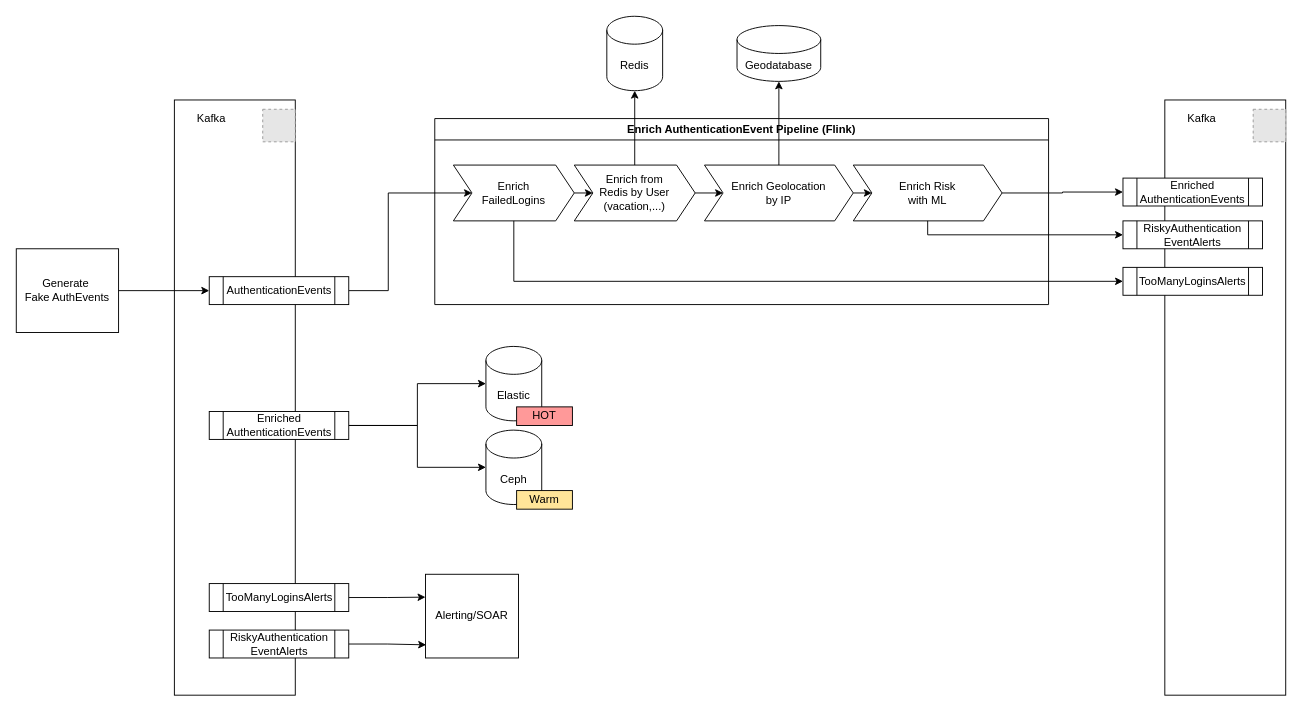
Before: EnrichAuthenticationEventPipline.drawio in denniskniep/AuthEventsAnalyse, a draw.io diagram. Source tidied: cells renumbered, new cells numbered last; positions are measured from the earlier drawing's top-left corner, leaving out a move shared by most shapes. Both pictures are drawn from the tidied source at 93%, with x=0, y=0 at pixel (16, 16). Pictures stored in the file or linked from it are replaced by grey dashed boxes.
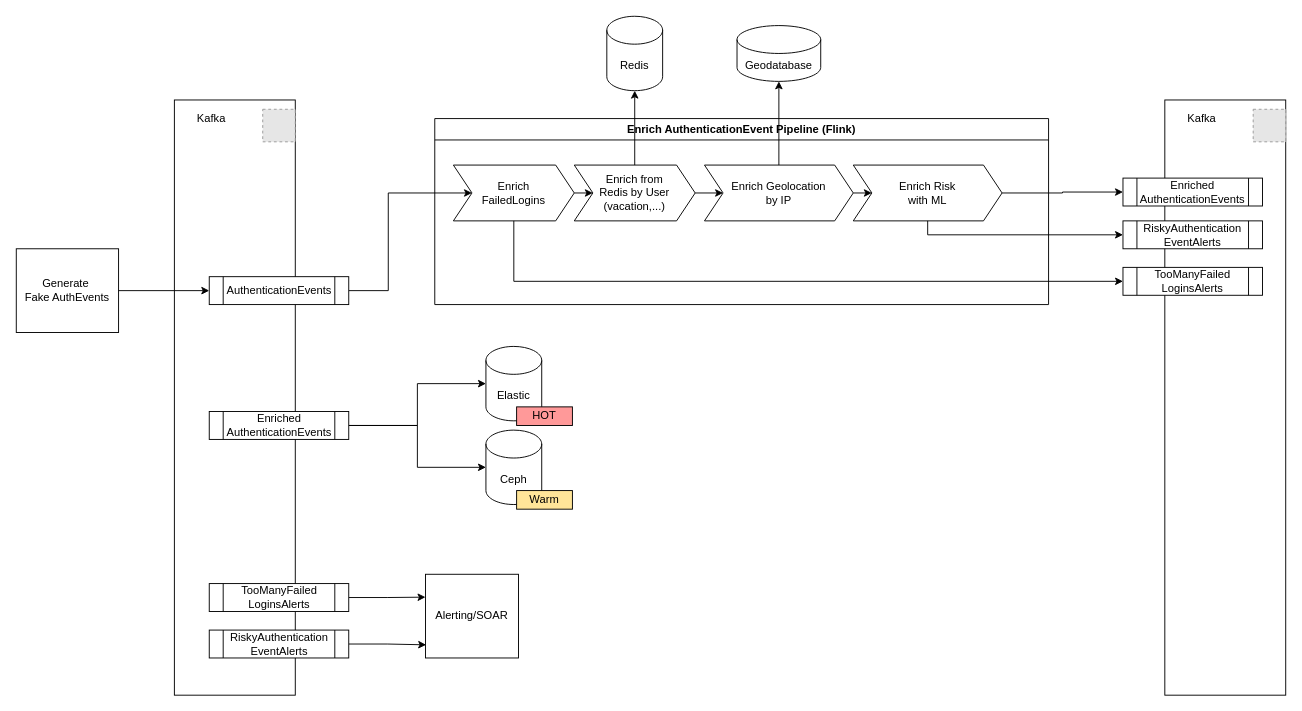
After the change.

Diff of the diagram source:
```diff
@@
-    <mxCell id="19" value="TooManyLoginsAlerts" style="shape=process;whiteSpace=wrap;html=1;backgroundOutline=1;" parent="1" vertex="1">
+    <mxCell id="19" value="TooManyFailed&lt;br&gt;LoginsAlerts" style="shape=process;whiteSpace=wrap;html=1;backgroundOutline=1;" parent="1" vertex="1">
       <mxGeometry x="1190" y="270" width="150" height="30" as="geometry" />
     </mxCell>
@@
-    <mxCell id="25" value="TooManyLoginsAlerts" style="shape=process;whiteSpace=wrap;html=1;backgroundOutline=1;" parent="1" vertex="1">
+    <mxCell id="25" value="TooManyFailed&lt;br&gt;LoginsAlerts" style="shape=process;whiteSpace=wrap;html=1;backgroundOutline=1;" parent="1" vertex="1">
       <mxGeometry x="207.5" y="610" width="150" height="30" as="geometry" />
     </mxCell>
```
